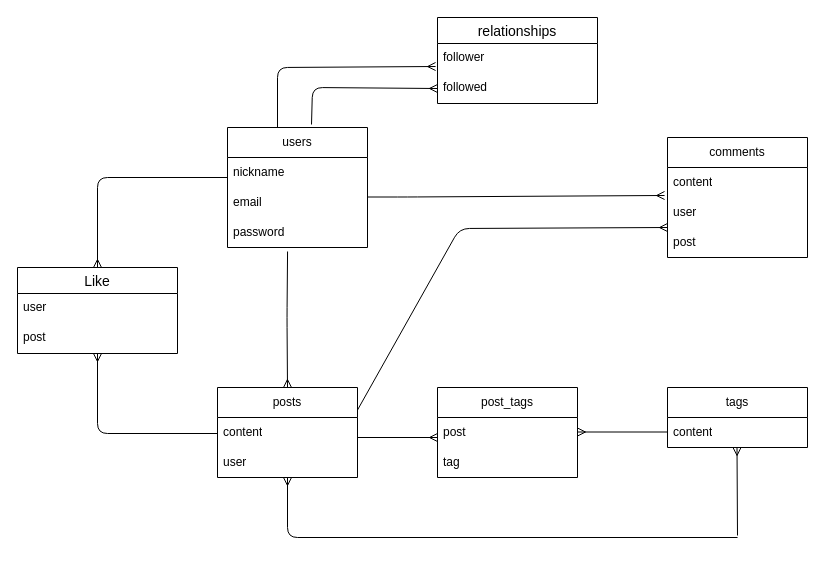
Earlier version of the draw.io diagram er.dio (1997722/codehint). Source tidied: cells renumbered, new cells numbered last; positions are measured from the earlier drawing's top-left corner, leaving out a move shared by most shapes. Both pictures are drawn from the tidied source at 100%, with x=0, y=0 at pixel (17, 17).
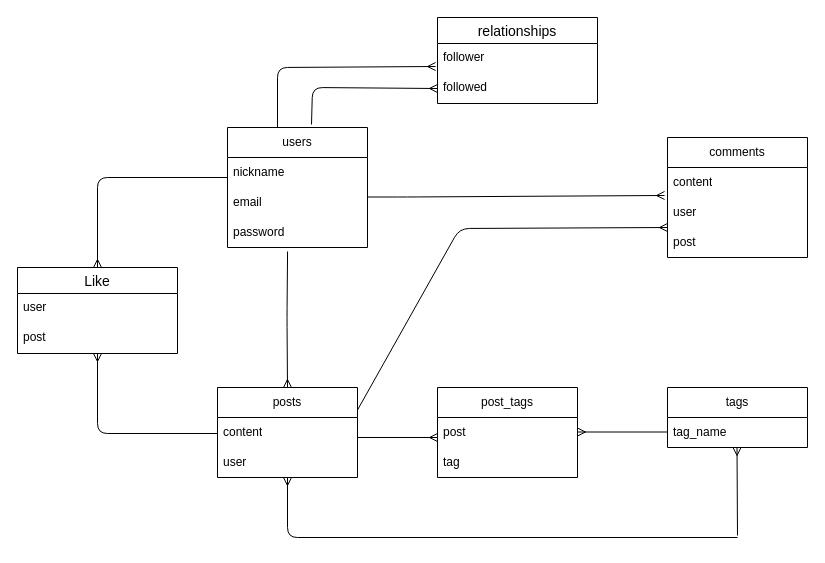
After the change.

The change refers to these unchanged cells:
```xml
<mxCell id="16" value="tags" style="swimlane;fontStyle=0;horizontal=1;startSize=30;whiteSpace=wrap;html=1;" parent="1" vertex="1">
  <mxGeometry x="650" y="370" width="140" height="60" as="geometry" />
</mxCell>
```

The edit, as a diff of the source:
```diff
@@
-    <mxCell id="17" value="content" style="text;strokeColor=none;fillColor=none;align=left;verticalAlign=middle;spacingLeft=4;spacingRight=4;overflow=hidden;whiteSpace=wrap;html=1;" parent="16" vertex="1">
+    <mxCell id="17" value="tag_name" style="text;strokeColor=none;fillColor=none;align=left;verticalAlign=middle;spacingLeft=4;spacingRight=4;overflow=hidden;whiteSpace=wrap;html=1;" parent="16" vertex="1">
       <mxGeometry y="30" width="140" height="30" as="geometry" />
     </mxCell>
```
